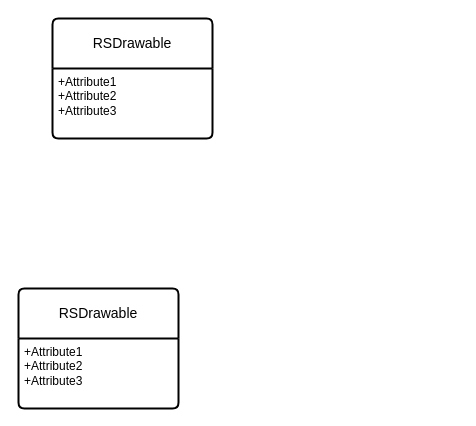
Above: DepthManager/DepthFusionManager.drawio in XioSUN/online-drawio (draw.io), before the change. Source tidied: cells renumbered, new cells numbered last; positions are measured from the earlier drawing's top-left corner, leaving out a move shared by most shapes. Both pictures are drawn from the tidied source at 100%, with x=0, y=0 at pixel (18, 18).
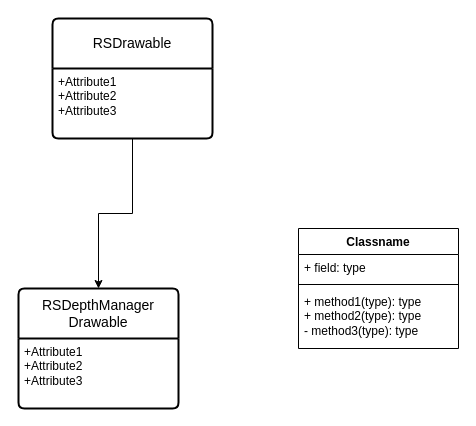
Above is the later version.

Change to the diagram source:
```diff
@@
 <mxGraphModel>
   <root>
     <mxCell id="0" />
     <mxCell id="1" parent="0" />
     <mxCell id="2" value="RSDrawable" style="swimlane;horizontal=1;startSize=50;rounded=1;fontSize=14;fontStyle=0;strokeWidth=2;shadow=0;dashed=0;align=center;arcSize=4;whiteSpace=wrap;html=1;" parent="1" vertex="1">
       <mxGeometry x="34" width="160" height="120" as="geometry" />
     </mxCell>
     <mxCell id="3" value="+Attribute1&#10;+Attribute2&#10;+Attribute3" style="align=left;strokeColor=none;fillColor=none;spacingLeft=4;spacingRight=4;fontSize=12;verticalAlign=top;html=1;whiteSpace=wrap;" parent="2" vertex="1">
       <mxGeometry y="50" width="160" height="70" as="geometry" />
     </mxCell>
-    <mxCell id="4" value="RSDrawable" style="swimlane;horizontal=1;startSize=50;rounded=1;fontSize=14;fontStyle=0;strokeWidth=2;shadow=0;dashed=0;align=center;arcSize=4;whiteSpace=wrap;html=1;" parent="1" vertex="1">
+    <mxCell id="4" value="RSDepthManager&lt;div&gt;Drawable&lt;/div&gt;" style="swimlane;horizontal=1;startSize=50;rounded=1;fontSize=14;fontStyle=0;strokeWidth=2;shadow=0;dashed=0;align=center;arcSize=4;whiteSpace=wrap;html=1;" parent="1" vertex="1">
       <mxGeometry y="270" width="160" height="120" as="geometry" />
     </mxCell>
     <mxCell id="5" value="+Attribute1&#10;+Attribute2&#10;+Attribute3" style="align=left;strokeColor=none;fillColor=none;spacingLeft=4;spacingRight=4;fontSize=12;verticalAlign=top;html=1;whiteSpace=wrap;" parent="4" vertex="1">
       <mxGeometry y="50" width="160" height="70" as="geometry" />
     </mxCell>
+    <mxCell id="6" style="edgeStyle=orthogonalEdgeStyle;rounded=0;jettySize=auto;html=1;" parent="1" edge="1" source="3" target="4">
+      <mxGeometry relative="1" as="geometry" />
+    </mxCell>
+    <mxCell id="7" value="Classname" style="swimlane;fontStyle=1;align=center;verticalAlign=top;horizontal=1;startSize=26;whiteSpace=wrap;html=1;" parent="1" vertex="1">
+      <mxGeometry x="280" y="210" width="160" height="120" as="geometry" />
+    </mxCell>
+    <mxCell id="8" value="+ field: type" style="text;strokeColor=none;fillColor=none;align=left;verticalAlign=top;spacingLeft=4;spacingRight=4;overflow=hidden;whiteSpace=wrap;html=1;" parent="7" vertex="1">
+      <mxGeometry y="26" width="160" height="26" as="geometry" />
+    </mxCell>
+    <mxCell id="9" style="line;strokeWidth=1;fillColor=none;align=left;verticalAlign=middle;spacingTop=-1;spacingLeft=3;spacingRight=3;labelPosition=right;strokeColor=inherit;" parent="7" vertex="1">
+      <mxGeometry y="52" width="160" height="8" as="geometry" />
+    </mxCell>
+    <mxCell id="10" value="+ method1&lt;span style=&quot;background-color: transparent; color: light-dark(rgb(0, 0, 0), rgb(255, 255, 255));&quot;&gt;(type): type&lt;/span&gt;&lt;div&gt;&lt;span style=&quot;background-color: transparent; color: light-dark(rgb(0, 0, 0), rgb(255, 255, 255));&quot;&gt;+ method2(type): type&lt;/span&gt;&lt;/div&gt;&lt;div&gt;&lt;span style=&quot;background-color: transparent; color: light-dark(rgb(0, 0, 0), rgb(255, 255, 255));&quot;&gt;- method3(type): type&lt;/span&gt;&lt;/div&gt;" style="text;strokeColor=none;fillColor=none;align=left;verticalAlign=top;spacingLeft=4;spacingRight=4;overflow=hidden;whiteSpace=wrap;html=1;" parent="7" vertex="1">
+      <mxGeometry y="60" width="160" height="60" as="geometry" />
+    </mxCell>
   </root>
 </mxGraphModel>
```
